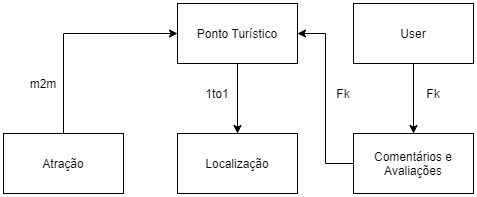
Earlier version of the draw.io export pontos_turisticos_udemy/diagrama.png (nico-est/nico-est.github.io). Source tidied: cells renumbered, new cells last; positions are measured from the earlier drawing's top-left corner, leaving out a move shared by most shapes.
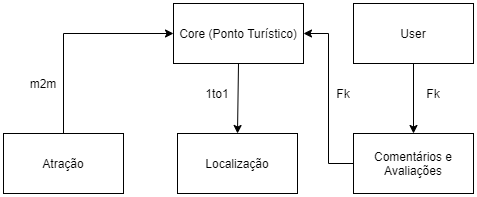
Later version of the same file.

What changed in the source:
```diff
@@ -2,8 +2,8 @@
   <root>
     <mxCell id="0" />
     <mxCell id="1" parent="0" />
-    <mxCell id="2" value="Ponto Turístico" style="rounded=0;whiteSpace=wrap;html=1;" parent="1" vertex="1">
-      <mxGeometry x="174" width="120" height="60" as="geometry" />
+    <mxCell id="2" value="Core (Ponto Turístico)" style="rounded=0;whiteSpace=wrap;html=1;" parent="1" vertex="1">
+      <mxGeometry x="170" width="130" height="60" as="geometry" />
     </mxCell>
     <mxCell id="3" value="Localização" style="rounded=0;whiteSpace=wrap;html=1;" parent="1" vertex="1">
       <mxGeometry x="174" y="130" width="120" height="60" as="geometry" />
```
